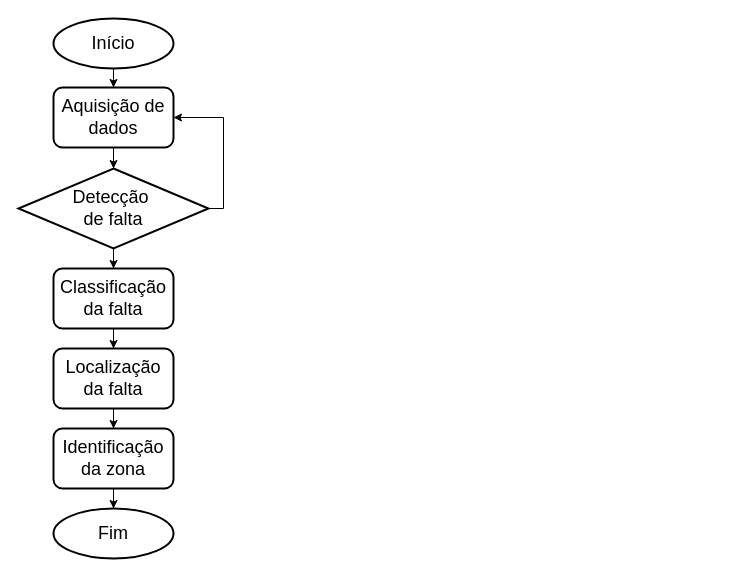
Above: localizacao_ondas_viajantes_cba.drawio in CaioVCGrilo/fluxogramas (draw.io), before the change. Source tidied: cells renumbered, new cells numbered last; positions are measured from the earlier drawing's top-left corner, leaving out a move shared by most shapes. Both pictures are drawn from the tidied source at 100%, with x=0, y=0 at pixel (18, 18).
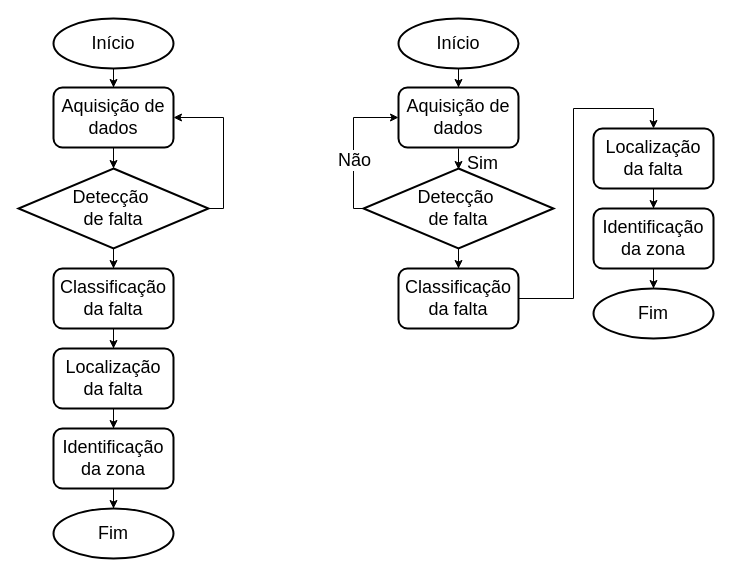
After the change.

Change to the diagram source:
```diff
@@
+    <mxCell id="16" style="edgeStyle=orthogonalEdgeStyle;rounded=0;jettySize=auto;html=1;" parent="1" edge="1" source="17" target="20">
+      <mxGeometry relative="1" as="geometry" />
+    </mxCell>
+    <mxCell id="17" value="&lt;font style=&quot;font-size: 18px;&quot;&gt;Início&lt;/font&gt;" style="ellipse;whiteSpace=wrap;html=1;strokeWidth=2;" parent="1" vertex="1">
+      <mxGeometry x="380" width="120" height="50" as="geometry" />
+    </mxCell>
+    <mxCell id="18" style="edgeStyle=orthogonalEdgeStyle;rounded=0;orthogonalLoop=1;jettySize=auto;html=1;" parent="1" edge="1">
+      <mxGeometry relative="1" as="geometry">
+        <mxPoint x="440" y="130" as="sourcePoint" />
+        <mxPoint x="440" y="151" as="targetPoint" />
+      </mxGeometry>
+    </mxCell>
+    <mxCell id="19" value="&lt;font style=&quot;font-size: 18px;&quot;&gt;Sim&lt;/font&gt;" style="edgeLabel;html=1;align=center;verticalAlign=middle;" parent="18" vertex="1">
+      <mxGeometry x="0.08" y="-1" relative="1" as="geometry">
+        <mxPoint x="24" y="3" as="offset" />
+      </mxGeometry>
+    </mxCell>
+    <mxCell id="20" value="&lt;font style=&quot;font-size: 18px;&quot;&gt;Aquisição de dados&lt;/font&gt;" style="rounded=1;whiteSpace=wrap;html=1;strokeWidth=2;" parent="1" vertex="1">
+      <mxGeometry x="380" y="69" width="120" height="60" as="geometry" />
+    </mxCell>
+    <mxCell id="21" style="edgeStyle=orthogonalEdgeStyle;rounded=0;jettySize=auto;html=1;" parent="1" edge="1" source="24" target="26">
+      <mxGeometry relative="1" as="geometry" />
+    </mxCell>
+    <mxCell id="22" style="edgeStyle=orthogonalEdgeStyle;rounded=0;jettySize=auto;html=1;entryX=0;entryY=0.5;entryDx=0;entryDy=0;" parent="1" edge="1" source="24" target="20">
+      <mxGeometry relative="1" as="geometry">
+        <Array as="points">
+          <mxPoint x="335" y="190" />
+          <mxPoint x="335" y="99" />
+        </Array>
+      </mxGeometry>
+    </mxCell>
+    <mxCell id="23" value="&lt;font style=&quot;font-size: 18px;&quot;&gt;Não&lt;/font&gt;" style="edgeLabel;html=1;align=center;verticalAlign=middle;" parent="22" vertex="1">
+      <mxGeometry x="-0.19" relative="1" as="geometry" />
+    </mxCell>
+    <mxCell id="24" value="&lt;font style=&quot;font-size: 18px;&quot;&gt;Detecção&amp;nbsp;&lt;/font&gt;&lt;div&gt;&lt;font style=&quot;font-size: 18px;&quot;&gt;de falta&lt;/font&gt;&lt;/div&gt;" style="rhombus;whiteSpace=wrap;html=1;strokeWidth=2;" parent="1" vertex="1">
+      <mxGeometry x="345" y="150" width="190" height="80" as="geometry" />
+    </mxCell>
+    <mxCell id="25" style="edgeStyle=orthogonalEdgeStyle;rounded=0;jettySize=auto;html=1;entryX=0.5;entryY=0;entryDx=0;entryDy=0;" parent="1" edge="1" source="26" target="28">
+      <mxGeometry relative="1" as="geometry">
+        <Array as="points">
+          <mxPoint x="555" y="280" />
+          <mxPoint x="555" y="90" />
+          <mxPoint x="635" y="90" />
+        </Array>
+      </mxGeometry>
+    </mxCell>
+    <mxCell id="26" value="&lt;font style=&quot;font-size: 18px;&quot;&gt;Classificação da falta&lt;/font&gt;" style="rounded=1;whiteSpace=wrap;html=1;strokeWidth=2;" parent="1" vertex="1">
+      <mxGeometry x="380" y="250" width="120" height="60" as="geometry" />
+    </mxCell>
+    <mxCell id="27" style="edgeStyle=orthogonalEdgeStyle;rounded=0;jettySize=auto;html=1;" parent="1" edge="1" source="28" target="30">
+      <mxGeometry relative="1" as="geometry" />
+    </mxCell>
+    <mxCell id="28" value="&lt;font style=&quot;font-size: 18px;&quot;&gt;Localização da falta&lt;/font&gt;" style="rounded=1;whiteSpace=wrap;html=1;strokeWidth=2;" parent="1" vertex="1">
+      <mxGeometry x="575" y="110" width="120" height="60" as="geometry" />
+    </mxCell>
+    <mxCell id="29" style="edgeStyle=orthogonalEdgeStyle;rounded=0;jettySize=auto;html=1;" parent="1" edge="1" source="30" target="31">
+      <mxGeometry relative="1" as="geometry" />
+    </mxCell>
+    <mxCell id="30" value="&lt;font style=&quot;font-size: 18px;&quot;&gt;Identificação da zona&lt;/font&gt;" style="rounded=1;whiteSpace=wrap;html=1;strokeWidth=2;" parent="1" vertex="1">
+      <mxGeometry x="575" y="190" width="120" height="60" as="geometry" />
+    </mxCell>
+    <mxCell id="31" value="&lt;span style=&quot;font-size: 18px;&quot;&gt;Fim&lt;/span&gt;" style="ellipse;whiteSpace=wrap;html=1;strokeWidth=2;" parent="1" vertex="1">
+      <mxGeometry x="575" y="270" width="120" height="50" as="geometry" />
+    </mxCell>
```
